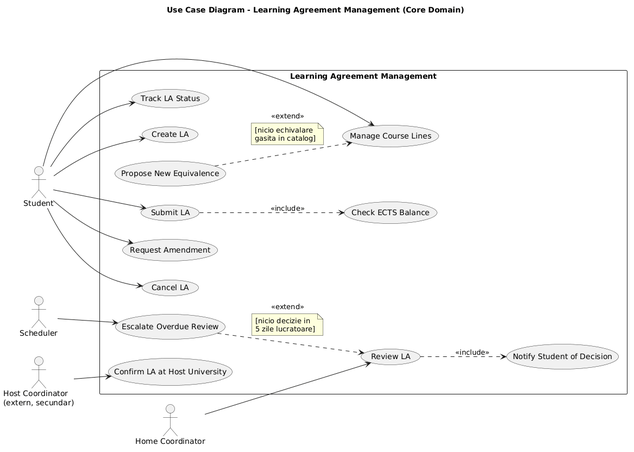
Before: models/diagrams-png/usecase-learning-agreement.png, a diagram exported from PlantUML (prigo929/erasmus-mobility-platform). Its source is kept beside it as docs/diagrams/usecase-learning-agreement.puml. Source of this version:
```plantuml
@startuml
title Figure 3. Use Case Diagram - Learning Agreement Management (Core Domain)
left to right direction
skinparam packageStyle rectangle

actor "Student" as S
actor "Home Academic Coordinator" as HC
actor "Scheduler" as T
actor "Host Institutional Coordinator\n(external, secondary)" as XC

rectangle "Learning Agreement Management" {
  usecase "Create LA" as U1
  usecase "Manage Course Lines" as U2
  usecase "Propose New Equivalence" as U3
  usecase "Submit LA" as U5
  usecase "Check ECTS Balance" as U4
  usecase "Request Amendment" as U9
  usecase "Cancel LA" as U10
  usecase "Track LA Status" as U11
  usecase "Review LA" as U6
  usecase "Notify Student of Decision" as U8
  usecase "Escalate Overdue Review" as U7
  usecase "Confirm LA at Host University" as U12
}

S --> U1
S --> U2
S --> U5
S --> U9
S --> U10
S --> U11
HC --> U6
T --> U7
XC --> U12

U5 ..> U4 : <<include>>
U6 ..> U8 : <<include>>
U3 ..> U2 : <<extend>>
note on link : [no equivalence\nfound in catalog]
U7 ..> U6 : <<extend>>
note on link : [no decision rendered\nwithin 5 business days]
@enduml
```
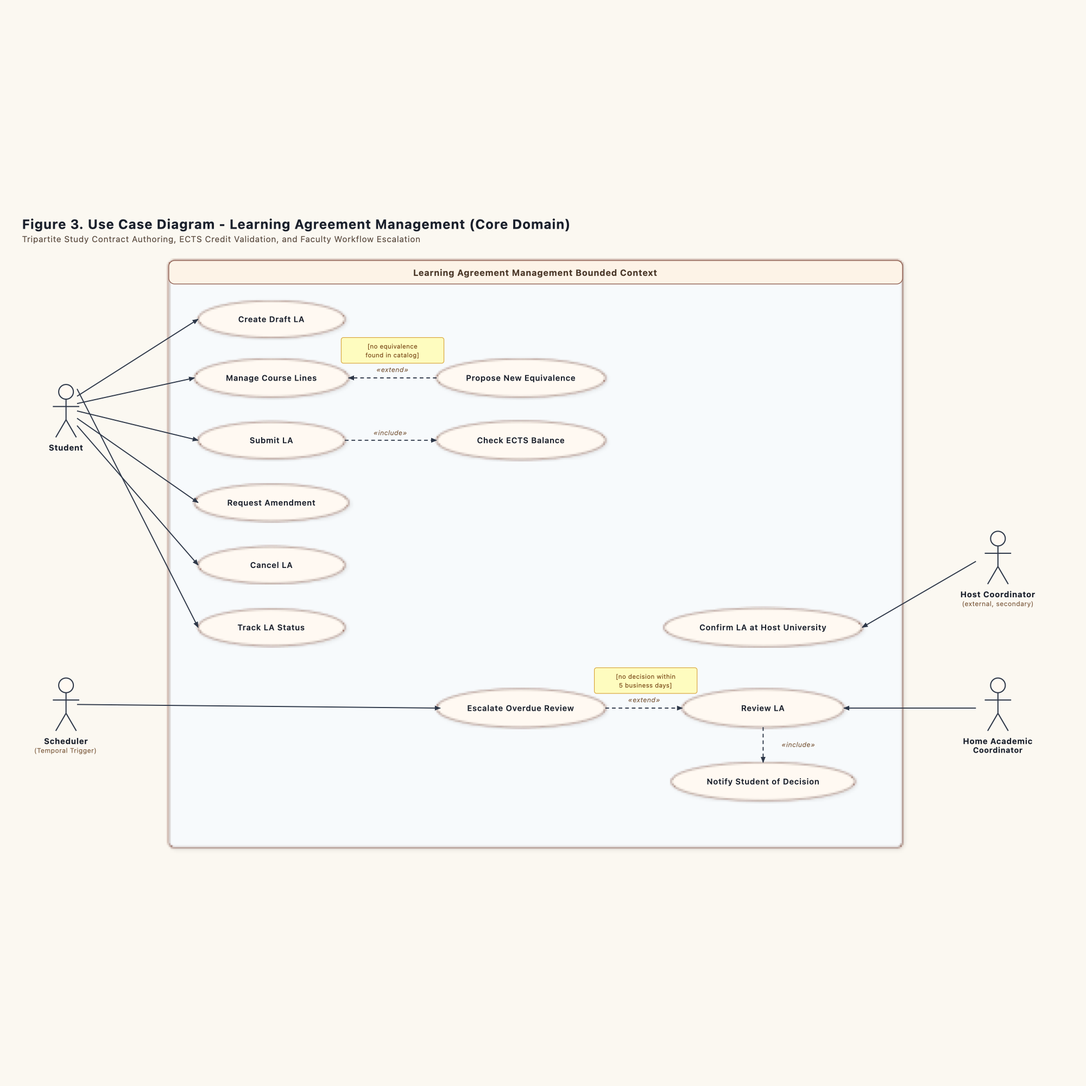
After the commit.

The edit, as a diff of the source:
```diff
@@ -4,12 +4,12 @@
 skinparam packageStyle rectangle
 
 actor "Student" as S
-actor "Home Academic Coordinator" as HC
-actor "Scheduler" as T
-actor "Host Institutional Coordinator\n(external, secondary)" as XC
+actor "Scheduler\n(Temporal Trigger)" as T
+actor "Home Academic\nCoordinator" as HC
+actor "Host Coordinator\n(external, secondary)" as XC
 
 rectangle "Learning Agreement Management" {
-  usecase "Create LA" as U1
+  usecase "Create Draft LA" as U1
   usecase "Manage Course Lines" as U2
   usecase "Propose New Equivalence" as U3
   usecase "Submit LA" as U5
@@ -29,14 +29,15 @@
 S --> U9
 S --> U10
 S --> U11
+T --> U7
 HC --> U6
-T --> U7
 XC --> U12
 
-U5 ..> U4 : <<include>>
-U6 ..> U8 : <<include>>
 U3 ..> U2 : <<extend>>
 note on link : [no equivalence\nfound in catalog]
+U5 ..> U4 : <<include>>
 U7 ..> U6 : <<extend>>
 note on link : [no decision rendered\nwithin 5 business days]
+U6 ..> U8 : <<include>>
+
 @enduml
```
